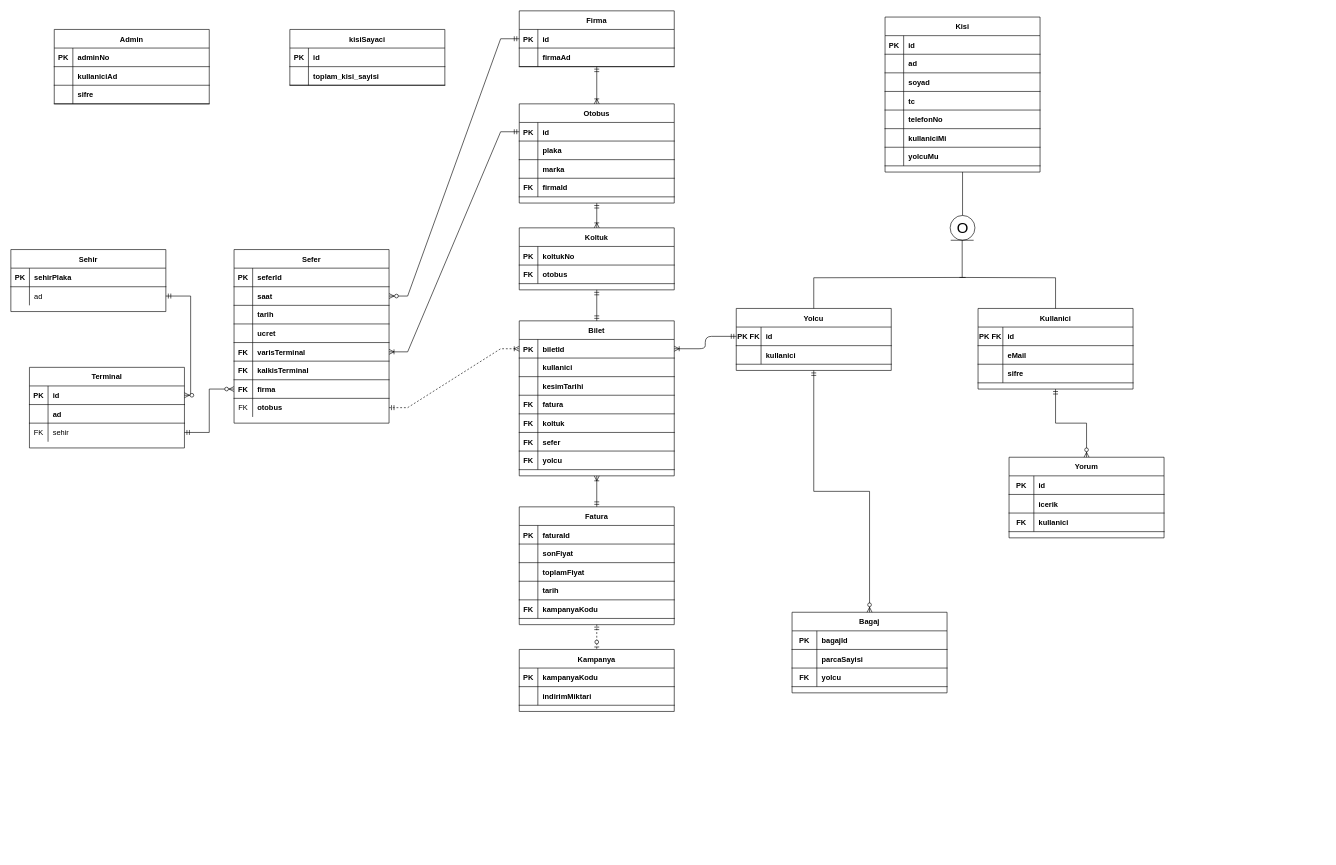
Earlier version of the draw.io diagram BAYturizm crowsfoot.drawio (AhmetCebeci/BAY_Tourism). Source tidied: cells renumbered, new cells numbered last; positions are measured from the earlier drawing's top-left corner, leaving out a move shared by most shapes. Both pictures are drawn from the tidied source at 62%, with x=0, y=0 at pixel (11, 11).
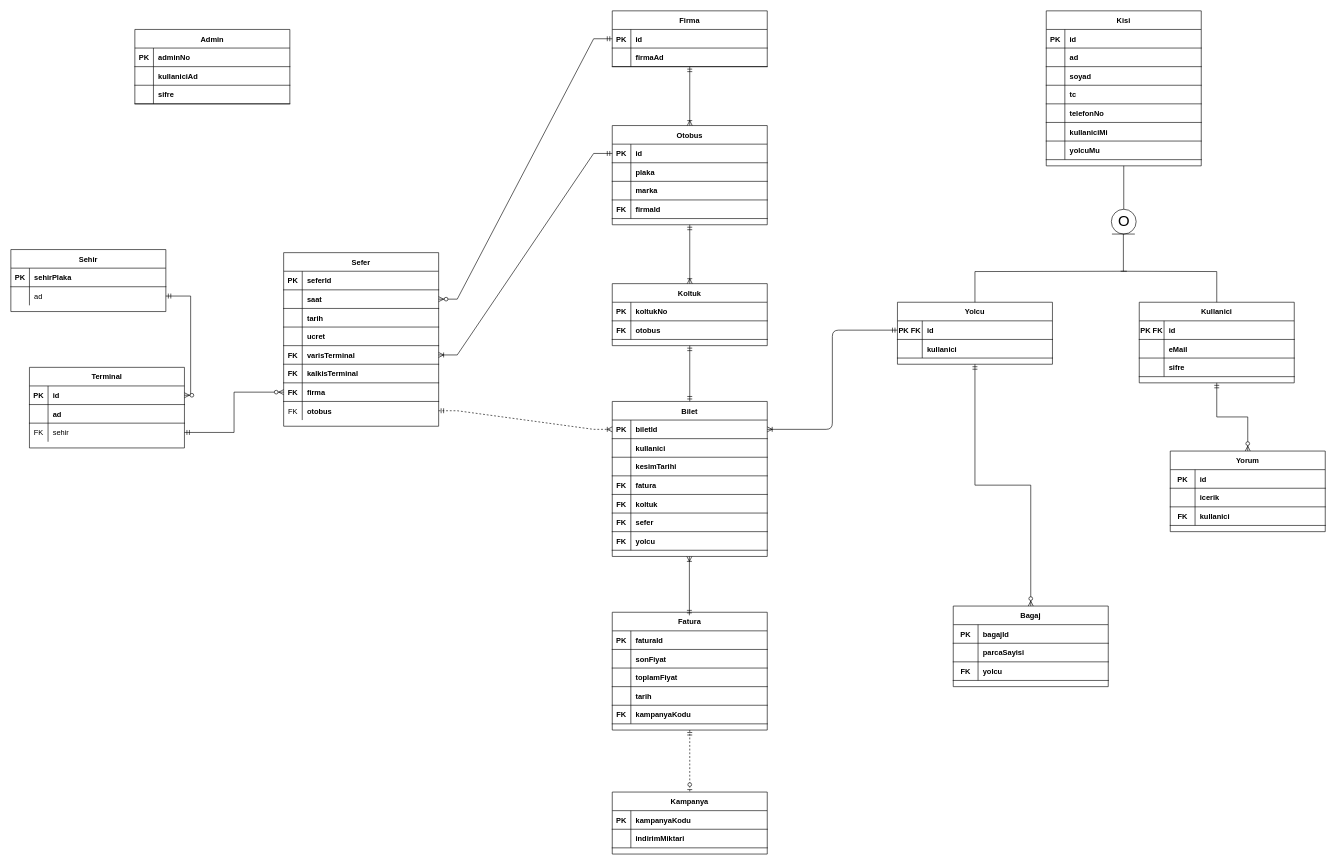
After the change.

Diff of the diagram source:
```diff
@@
     <mxCell id="19" value="Sefer" style="shape=table;startSize=30;childLayout=tableLayout;rowLines=0;fontStyle=1;align=center;" parent="1" vertex="1">
-      <mxGeometry x="360" y="385" width="250" height="280" as="geometry" />
+      <mxGeometry x="440" y="390" width="250" height="280" as="geometry" />
     </mxCell>
@@
     <mxCell id="44" value="Firma" style="shape=table;startSize=30;childLayout=tableLayout;rowLines=0;fontStyle=1;align=center;" parent="1" vertex="1">
-      <mxGeometry x="820" width="250" height="90" as="geometry" />
+      <mxGeometry x="970" width="250" height="90" as="geometry" />
     </mxCell>
@@
     <mxCell id="52" value="Otobus" style="shape=table;startSize=30;childLayout=tableLayout;rowLines=0;fontStyle=1;align=center;" parent="1" vertex="1">
-      <mxGeometry x="820" y="150" width="250" height="160" as="geometry" />
+      <mxGeometry x="970" y="185" width="250" height="160" as="geometry" />
     </mxCell>
@@
     <mxCell id="66" value="Koltuk" style="shape=table;startSize=30;childLayout=tableLayout;rowLines=0;fontStyle=1;align=center;" parent="1" vertex="1">
-      <mxGeometry x="820" y="350" width="250" height="100" as="geometry" />
+      <mxGeometry x="970" y="440" width="250" height="100" as="geometry" />
     </mxCell>
@@
-    <mxCell id="73" style="fontSize=12;html=1;endArrow=ERoneToMany;startArrow=ERmandOne;rounded=1;jumpSize=2;exitX=0.5;exitY=1;exitDx=0;exitDy=0;" parent="1" edge="1" source="52" target="66">
-      <mxGeometry relative="1" as="geometry" />
+    <mxCell id="73" style="fontSize=12;html=1;endArrow=ERoneToMany;startArrow=ERmandOne;rounded=1;jumpSize=2;" parent="1" edge="1" target="66">
+      <mxGeometry relative="1" as="geometry">
+        <mxPoint x="1095" y="345" as="sourcePoint" />
+      </mxGeometry>
     </mxCell>
     <mxCell id="74" value="Bilet" style="shape=table;startSize=30;childLayout=tableLayout;rowLines=0;fontStyle=1;align=center;" parent="1" vertex="1">
-      <mxGeometry x="820" y="500" width="250" height="250" as="geometry" />
+      <mxGeometry x="970" y="630" width="250" height="250" as="geometry" />
     </mxCell>
@@
     <mxCell id="96" value="Fatura" style="shape=table;startSize=30;childLayout=tableLayout;rowLines=0;fontStyle=1;align=center;" parent="1" vertex="1">
-      <mxGeometry x="820" y="800" width="250" height="190" as="geometry" />
+      <mxGeometry x="970" y="970" width="250" height="190" as="geometry" />
     </mxCell>
@@
-    <mxCell id="112" style="fontSize=12;html=1;endArrow=ERoneToMany;startArrow=ERmandOne;rounded=1;jumpSize=2;entryX=0.5;entryY=1;entryDx=0;entryDy=0;exitX=0.5;exitY=0;exitDx=0;exitDy=0;" parent="1" edge="1" source="96" target="74">
-      <mxGeometry relative="1" as="geometry" />
+    <mxCell id="112" style="fontSize=12;html=1;endArrow=ERoneToMany;startArrow=ERmandOne;rounded=1;jumpSize=2;" parent="1" edge="1">
+      <mxGeometry relative="1" as="geometry">
+        <mxPoint x="1094.4" y="975" as="sourcePoint" />
+        <mxPoint x="1094.4" y="880" as="targetPoint" />
+      </mxGeometry>
     </mxCell>
     <mxCell id="113" value="Kampanya" style="shape=table;startSize=30;childLayout=tableLayout;rowLines=0;fontStyle=1;align=center;" parent="1" vertex="1">
-      <mxGeometry x="820" y="1030" width="250" height="100" as="geometry" />
+      <mxGeometry x="970" y="1260" width="250" height="100" as="geometry" />
     </mxCell>
@@
     <mxCell id="120" value="Yolcu" style="shape=table;startSize=30;childLayout=tableLayout;rowLines=0;fontStyle=1;align=center;" parent="1" vertex="1">
-      <mxGeometry x="1170" y="480" width="250" height="100" as="geometry" />
+      <mxGeometry x="1430" y="470" width="250" height="100" as="geometry" />
     </mxCell>
@@
     <mxCell id="127" value="Kisi" style="shape=table;startSize=30;childLayout=tableLayout;rowLines=0;fontStyle=1;align=center;" parent="1" vertex="1">
-      <mxGeometry x="1410" y="10" width="250" height="250" as="geometry" />
+      <mxGeometry x="1670" width="250" height="250" as="geometry" />
     </mxCell>
@@
     <mxCell id="149" value="Bagaj" style="shape=table;startSize=30;childLayout=tableLayout;rowLines=0;fontStyle=1;align=center;" parent="1" vertex="1">
-      <mxGeometry x="1260" y="970" width="250" height="130" as="geometry" />
+      <mxGeometry x="1520" y="960" width="250" height="130" as="geometry" />
     </mxCell>
@@
     <mxCell id="159" value="Kullanici" style="shape=table;startSize=30;childLayout=tableLayout;rowLines=0;fontStyle=1;align=center;" parent="1" vertex="1">
-      <mxGeometry x="1560" y="480" width="250" height="130" as="geometry" />
+      <mxGeometry x="1820" y="470" width="250" height="130" as="geometry" />
     </mxCell>
@@
     <mxCell id="169" value="Yorum" style="shape=table;startSize=30;childLayout=tableLayout;rowLines=0;fontStyle=1;align=center;" parent="1" vertex="1">
-      <mxGeometry x="1610" y="720" width="250" height="130" as="geometry" />
+      <mxGeometry x="1870" y="710" width="250" height="130" as="geometry" />
     </mxCell>
@@
     <mxCell id="179" value="Admin" style="shape=table;startSize=30;childLayout=tableLayout;rowLines=0;fontStyle=1;align=center;" parent="1" vertex="1">
-      <mxGeometry x="70" y="30" width="250" height="120" as="geometry" />
+      <mxGeometry x="200" y="30" width="250" height="120" as="geometry" />
     </mxCell>
@@
     <mxCell id="197" style="fontSize=12;html=1;endArrow=none;rounded=0;strokeColor=default;align=center;verticalAlign=middle;fontFamily=Helvetica;fontColor=default;labelBackgroundColor=default;startArrow=baseDash;startFill=0;startSize=35;endFill=0;" parent="1" edge="1">
       <mxGeometry relative="1" as="geometry">
-        <mxPoint x="1534.4" y="370" as="sourcePoint" />
-        <mxPoint x="1534.4" y="430" as="targetPoint" />
+        <mxPoint x="1794.4" y="360" as="sourcePoint" />
+        <mxPoint x="1794.4" y="420" as="targetPoint" />
       </mxGeometry>
     </mxCell>
     <mxCell id="198" style="fontSize=12;html=1;endArrow=oval;rounded=0;strokeColor=default;align=center;verticalAlign=middle;fontFamily=Helvetica;fontColor=default;labelBackgroundColor=default;startArrow=none;startFill=0;endFill=0;endSize=40;exitX=0.5;exitY=1;exitDx=0;exitDy=0;" parent="1" edge="1" source="127">
       <mxGeometry relative="1" as="geometry">
-        <mxPoint x="1535" y="350" as="targetPoint" />
+        <mxPoint x="1795" y="340" as="targetPoint" />
       </mxGeometry>
     </mxCell>
     <mxCell id="199" style="edgeStyle=orthogonalEdgeStyle;fontSize=12;html=1;endArrow=none;rounded=0;strokeColor=default;align=center;verticalAlign=middle;fontFamily=Helvetica;fontColor=default;labelBackgroundColor=default;startArrow=none;startFill=0;endFill=0;entryX=0.5;entryY=0;entryDx=0;entryDy=0;" parent="1" edge="1" target="159">
       <mxGeometry relative="1" as="geometry">
-        <mxPoint x="1530" y="430" as="sourcePoint" />
+        <mxPoint x="1790" y="420" as="sourcePoint" />
       </mxGeometry>
     </mxCell>
     <mxCell id="200" style="edgeStyle=orthogonalEdgeStyle;fontSize=12;html=1;endArrow=none;rounded=0;strokeColor=default;align=center;verticalAlign=middle;fontFamily=Helvetica;fontColor=default;labelBackgroundColor=default;startArrow=none;startFill=0;endFill=0;entryX=0.5;entryY=0;entryDx=0;entryDy=0;" parent="1" edge="1" target="120">
       <mxGeometry relative="1" as="geometry">
-        <mxPoint x="1540" y="430" as="sourcePoint" />
+        <mxPoint x="1800" y="420" as="sourcePoint" />
       </mxGeometry>
     </mxCell>
     <mxCell id="201" value="O" style="text;html=1;align=center;verticalAlign=middle;strokeColor=none;fillColor=none;fontFamily=Helvetica;fontSize=24;fontColor=default;labelBackgroundColor=default;" parent="1" vertex="1">
-      <mxGeometry x="1515" y="330" width="40" height="40" as="geometry" />
+      <mxGeometry x="1775" y="320" width="40" height="40" as="geometry" />
     </mxCell>
@@
-    <mxCell id="203" value="kisiSayaci" style="shape=table;startSize=30;childLayout=tableLayout;rowLines=0;fontStyle=1;align=center;" parent="1" vertex="1">
-      <mxGeometry x="450" y="30" width="250" height="90" as="geometry" />
-    </mxCell>
-    <mxCell id="204" style="shape=partialRectangle;fillColor=none;top=0;left=0;right=0;bottom=1;" parent="203" vertex="1">
-      <mxGeometry y="30" width="250" height="30" as="geometry" />
-    </mxCell>
-    <mxCell id="205" value="PK" style="shape=partialRectangle;overflow=hidden;fillColor=none;top=0;left=0;bottom=0;right=0;fontStyle=1;" parent="204" vertex="1">
-      <mxGeometry width="30" height="30" as="geometry" />
-    </mxCell>
-    <mxCell id="206" value="id" style="shape=partialRectangle;overflow=hidden;fillColor=none;top=0;left=0;bottom=0;right=0;align=left;spacingLeft=6;fontStyle=1;" parent="204" vertex="1">
-      <mxGeometry x="30" width="220" height="30" as="geometry" />
-    </mxCell>
-    <mxCell id="207" style="shape=partialRectangle;fillColor=none;top=0;left=0;right=0;bottom=1;" parent="203" vertex="1">
-      <mxGeometry y="60" width="250" height="30" as="geometry" />
-    </mxCell>
-    <mxCell id="208" style="shape=partialRectangle;overflow=hidden;fillColor=none;top=0;left=0;bottom=0;right=0;fontStyle=1;" parent="207" vertex="1">
-      <mxGeometry width="30" height="30" as="geometry" />
-    </mxCell>
-    <mxCell id="209" value="toplam_kisi_sayisi" style="shape=partialRectangle;overflow=hidden;fillColor=none;top=0;left=0;bottom=0;right=0;align=left;spacingLeft=6;fontStyle=1;" parent="207" vertex="1">
-      <mxGeometry x="30" width="220" height="30" as="geometry" />
-    </mxCell>
```
